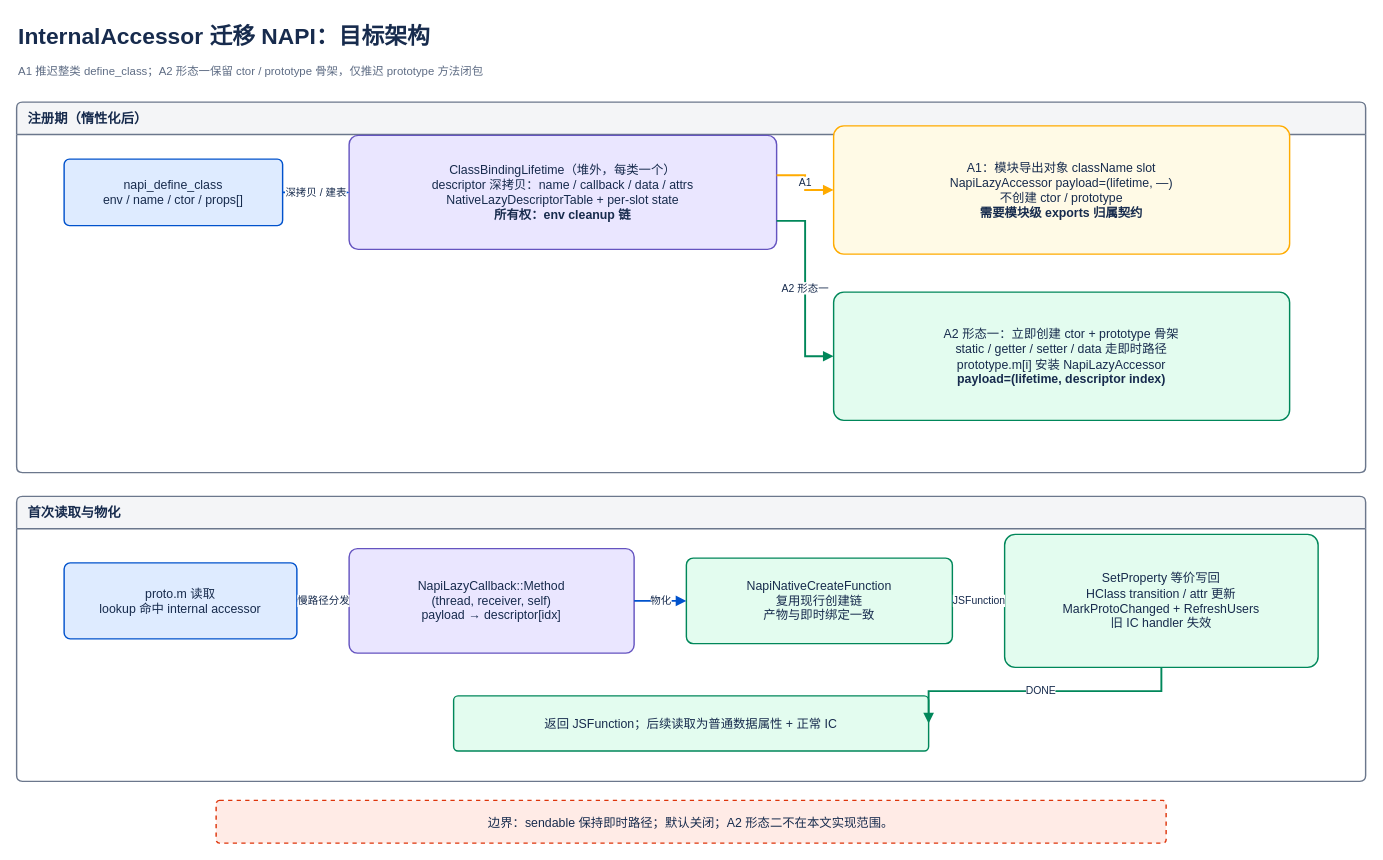
Above: hidden-class-comparison/detailed-proposals/native-interop-lazy-binding/napi-lazy-binding-target-architecture.drawio in xuanjiazhen/invest (draw.io), before the change. Source tidied: cells renumbered, new cells numbered last; positions are measured from the earlier drawing's top-left corner, leaving out a move shared by most shapes. Both pictures are drawn from the tidied source at 95%, with x=0, y=0 at pixel (16, 16).
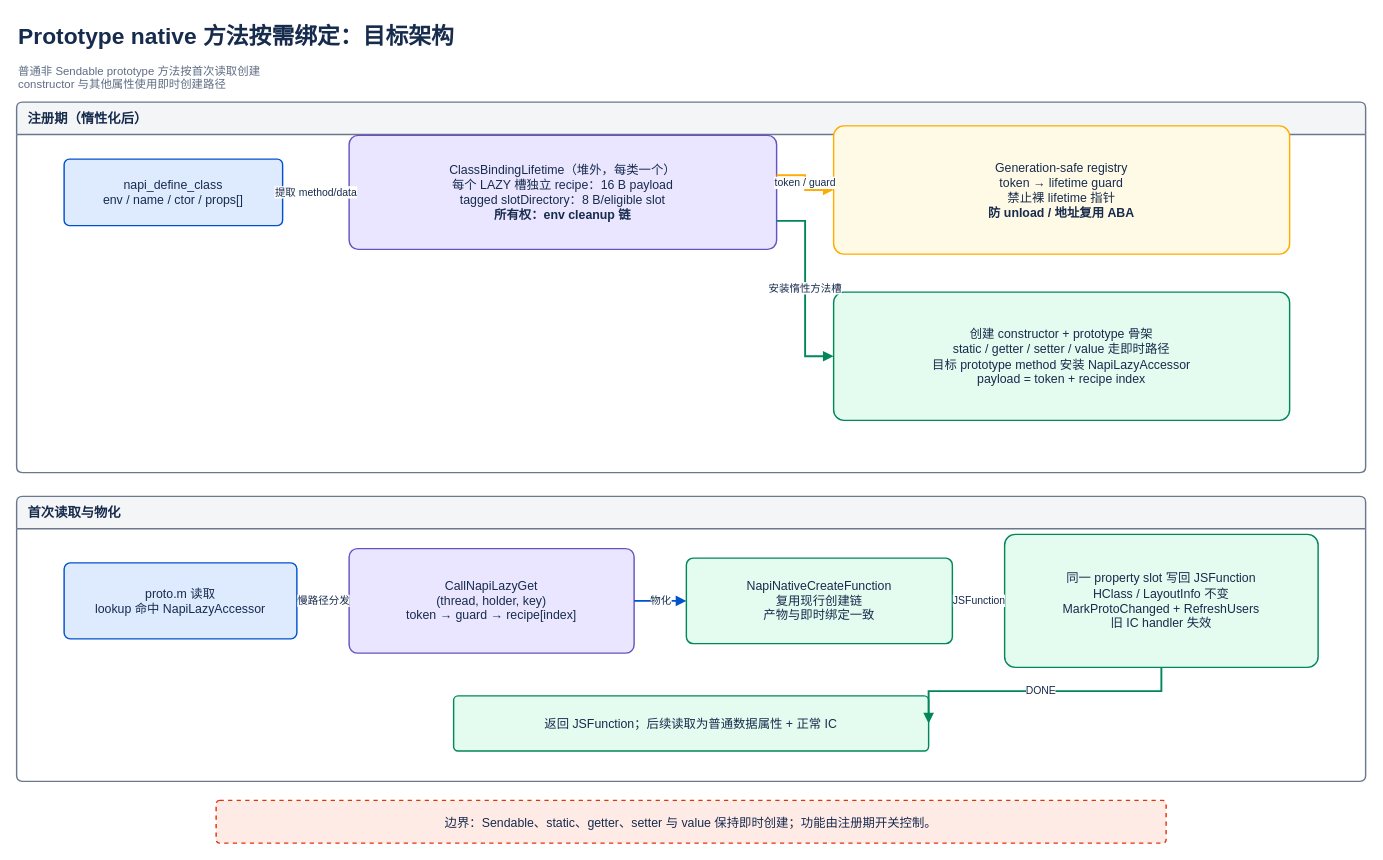
The same diagram, later.

The change refers to these unchanged cells:
```xml
<mxCell id="5" value="napi_define_class&lt;br&gt;env / name / ctor / props[]" style="rounded=1;arcSize=8;whiteSpace=wrap;html=1;align=center;verticalAlign=middle;fontSize=13;spacing=8;fillColor=#DEEBFF;strokeColor=#0052CC;strokeWidth=1.5;fontColor=#172B4D;" parent="1" vertex="1">
  <mxGeometry x="50" y="150" width="230" height="70" as="geometry" />
</mxCell>
```

The edit, as a diff of the source:
```diff
@@
-    <mxCell id="2" value="InternalAccessor 迁移 NAPI：目标架构" style="text;html=1;strokeColor=none;fillColor=none;align=left;verticalAlign=middle;fontSize=24;fontStyle=1;fontColor=#172B4D;whiteSpace=wrap;" parent="1" vertex="1">
+    <mxCell id="2" value="Prototype native 方法按需绑定：目标架构" style="text;html=1;strokeColor=none;fillColor=none;align=left;verticalAlign=middle;fontSize=24;fontStyle=1;fontColor=#172B4D;whiteSpace=wrap;" parent="1" vertex="1">
       <mxGeometry width="1420" height="42" as="geometry" />
     </mxCell>
-    <mxCell id="3" value="A1 推迟整类 define_class；A2 形态一保留 ctor / prototype 骨架，仅推迟 prototype 方法闭包" style="text;html=1;strokeColor=none;fillColor=none;align=left;verticalAlign=top;fontSize=12;fontColor=#5E6C84;whiteSpace=wrap;" parent="1" vertex="1">
+    <mxCell id="3" value="普通非 Sendable prototype 方法按首次读取创建&lt;div&gt;constructor 与其他属性使用即时创建路径&lt;/div&gt;" style="text;html=1;strokeColor=none;fillColor=none;align=left;verticalAlign=top;fontSize=12;fontColor=#5E6C84;whiteSpace=wrap;" parent="1" vertex="1">
       <mxGeometry y="44" width="1420" height="34" as="geometry" />
     </mxCell>
@@
-    <mxCell id="6" value="ClassBindingLifetime（堆外，每类一个）&lt;br&gt;descriptor 深拷贝：name / callback / data / attrs&lt;br&gt;NativeLazyDescriptorTable + per-slot state&lt;br&gt;&lt;b&gt;所有权：env cleanup 链&lt;/b&gt;" style="rounded=1;arcSize=8;whiteSpace=wrap;html=1;align=center;verticalAlign=middle;fontSize=13;spacing=8;fillColor=#EAE6FF;strokeColor=#6554C0;strokeWidth=1.5;fontColor=#172B4D;" parent="1" vertex="1">
+    <mxCell id="6" value="ClassBindingLifetime（堆外，每类一个）&lt;br&gt;每个 LAZY 槽独立 recipe：16 B payload&lt;br&gt;tagged slotDirectory：8 B/eligible slot&lt;br&gt;&lt;b&gt;所有权：env cleanup 链&lt;/b&gt;" style="rounded=1;arcSize=8;whiteSpace=wrap;html=1;align=center;verticalAlign=middle;fontSize=13;spacing=8;fillColor=#EAE6FF;strokeColor=#6554C0;strokeWidth=1.5;fontColor=#172B4D;" parent="1" vertex="1">
       <mxGeometry x="350" y="125" width="450" height="120" as="geometry" />
     </mxCell>
-    <mxCell id="7" value="A1：模块导出对象 className slot&lt;br&gt;NapiLazyAccessor payload=(lifetime, —)&lt;br&gt;不创建 ctor / prototype&lt;br&gt;&lt;b&gt;需要模块级 exports 归属契约&lt;/b&gt;" style="rounded=1;arcSize=8;whiteSpace=wrap;html=1;align=center;verticalAlign=middle;fontSize=13;spacing=8;fillColor=#FFFAE6;strokeColor=#FFAB00;strokeWidth=1.5;fontColor=#172B4D;" parent="1" vertex="1">
+    <mxCell id="7" value="Generation-safe registry&lt;br&gt;token → lifetime guard&lt;br&gt;禁止裸 lifetime 指针&lt;br&gt;&lt;b&gt;防 unload / 地址复用 ABA&lt;/b&gt;" style="rounded=1;arcSize=8;whiteSpace=wrap;html=1;align=center;verticalAlign=middle;fontSize=13;spacing=8;fillColor=#FFFAE6;strokeColor=#FFAB00;strokeWidth=1.5;fontColor=#172B4D;" parent="1" vertex="1">
       <mxGeometry x="860" y="115" width="480" height="135" as="geometry" />
     </mxCell>
-    <mxCell id="8" value="A2 形态一：立即创建 ctor + prototype 骨架&lt;br&gt;static / getter / setter / data 走即时路径&lt;br&gt;prototype.m[i] 安装 NapiLazyAccessor&lt;br&gt;&lt;b&gt;payload=(lifetime, descriptor index)&lt;/b&gt;" style="rounded=1;arcSize=8;whiteSpace=wrap;html=1;align=center;verticalAlign=middle;fontSize=13;spacing=8;fillColor=#E3FCEF;strokeColor=#00875A;strokeWidth=1.5;fontColor=#172B4D;" parent="1" vertex="1">
+    <mxCell id="8" value="创建 constructor + prototype 骨架&lt;div&gt;static / getter / setter / value 走即时路径&lt;/div&gt;&lt;div&gt;目标 prototype method 安装 NapiLazyAccessor&lt;/div&gt;&lt;div&gt;payload = token + recipe index&lt;/div&gt;" style="rounded=1;arcSize=8;whiteSpace=wrap;html=1;align=center;verticalAlign=middle;fontSize=13;spacing=8;fillColor=#E3FCEF;strokeColor=#00875A;strokeWidth=1.5;fontColor=#172B4D;" parent="1" vertex="1">
       <mxGeometry x="860" y="290" width="480" height="135" as="geometry" />
     </mxCell>
-    <mxCell id="9" value="深拷贝 / 建表" style="edgeStyle=orthogonalEdgeStyle;rounded=0;jettySize=auto;html=1;strokeColor=#0052CC;strokeWidth=2;endArrow=block;endFill=1;fontSize=11;fontColor=#172B4D;labelBackgroundColor=#FFFFFF;exitX=1;exitY=0.5;entryX=0;entryY=0.5;" parent="1" edge="1" source="5" target="6">
+    <mxCell id="9" value="提取 method/data" style="edgeStyle=orthogonalEdgeStyle;rounded=0;jettySize=auto;html=1;strokeColor=#0052CC;strokeWidth=2;endArrow=block;endFill=1;fontSize=11;fontColor=#172B4D;labelBackgroundColor=#FFFFFF;exitX=1;exitY=0.5;entryX=0;entryY=0.5;" parent="1" edge="1" source="5" target="6">
       <mxGeometry relative="1" as="geometry" />
     </mxCell>
-    <mxCell id="10" value="A1" style="edgeStyle=orthogonalEdgeStyle;rounded=0;jettySize=auto;html=1;strokeColor=#FFAB00;strokeWidth=2;endArrow=block;endFill=1;fontSize=11;fontColor=#172B4D;labelBackgroundColor=#FFFFFF;exitX=1;exitY=0.35;entryX=0;entryY=0.5;" parent="1" edge="1" source="6" target="7">
+    <mxCell id="10" value="token / guard" style="edgeStyle=orthogonalEdgeStyle;rounded=0;jettySize=auto;html=1;strokeColor=#FFAB00;strokeWidth=2;endArrow=block;endFill=1;fontSize=11;fontColor=#172B4D;labelBackgroundColor=#FFFFFF;exitX=1;exitY=0.35;entryX=0;entryY=0.5;" parent="1" edge="1" source="6" target="7">
       <mxGeometry relative="1" as="geometry" />
     </mxCell>
-    <mxCell id="11" value="A2 形态一" style="edgeStyle=orthogonalEdgeStyle;rounded=0;jettySize=auto;html=1;strokeColor=#00875A;strokeWidth=2;endArrow=block;endFill=1;fontSize=11;fontColor=#172B4D;labelBackgroundColor=#FFFFFF;exitX=1;exitY=0.75;entryX=0;entryY=0.5;" parent="1" edge="1" source="6" target="8">
+    <mxCell id="11" value="安装惰性方法槽" style="edgeStyle=orthogonalEdgeStyle;rounded=0;jettySize=auto;html=1;strokeColor=#00875A;strokeWidth=2;endArrow=block;endFill=1;fontSize=11;fontColor=#172B4D;labelBackgroundColor=#FFFFFF;exitX=1;exitY=0.75;entryX=0;entryY=0.5;" parent="1" edge="1" source="6" target="8">
       <mxGeometry relative="1" as="geometry" />
     </mxCell>
@@
-    <mxCell id="13" value="proto.m 读取&lt;br&gt;lookup 命中 internal accessor" style="rounded=1;arcSize=8;whiteSpace=wrap;html=1;align=center;verticalAlign=middle;fontSize=13;spacing=8;fillColor=#DEEBFF;strokeColor=#0052CC;strokeWidth=1.5;fontColor=#172B4D;" parent="1" vertex="1">
+    <mxCell id="13" value="proto.m 读取&lt;div&gt;lookup 命中 NapiLazyAccessor&lt;/div&gt;" style="rounded=1;arcSize=8;whiteSpace=wrap;html=1;align=center;verticalAlign=middle;fontSize=13;spacing=8;fillColor=#DEEBFF;strokeColor=#0052CC;strokeWidth=1.5;fontColor=#172B4D;" parent="1" vertex="1">
       <mxGeometry x="50" y="575" width="245" height="80" as="geometry" />
     </mxCell>
-    <mxCell id="14" value="NapiLazyCallback::Method&lt;br&gt;(thread, receiver, self)&lt;br&gt;payload → descriptor[idx]" style="rounded=1;arcSize=8;whiteSpace=wrap;html=1;align=center;verticalAlign=middle;fontSize=13;spacing=8;fillColor=#EAE6FF;strokeColor=#6554C0;strokeWidth=1.5;fontColor=#172B4D;" parent="1" vertex="1">
+    <mxCell id="14" value="CallNapiLazyGet&lt;br&gt;(thread, holder, key)&lt;br&gt;token → guard → recipe[index]" style="rounded=1;arcSize=8;whiteSpace=wrap;html=1;align=center;verticalAlign=middle;fontSize=13;spacing=8;fillColor=#EAE6FF;strokeColor=#6554C0;strokeWidth=1.5;fontColor=#172B4D;" parent="1" vertex="1">
       <mxGeometry x="350" y="560" width="300" height="110" as="geometry" />
     </mxCell>
@@
-    <mxCell id="16" value="SetProperty 等价写回&lt;br&gt;HClass transition / attr 更新&lt;br&gt;MarkProtoChanged + RefreshUsers&lt;br&gt;旧 IC handler 失效" style="rounded=1;arcSize=8;whiteSpace=wrap;html=1;align=center;verticalAlign=middle;fontSize=13;spacing=8;fillColor=#E3FCEF;strokeColor=#00875A;strokeWidth=1.5;fontColor=#172B4D;" parent="1" vertex="1">
+    <mxCell id="16" value="同一 property slot 写回 JSFunction&lt;br&gt;HClass / LayoutInfo 不变&lt;br&gt;MarkProtoChanged + RefreshUsers&lt;br&gt;旧 IC handler 失效" style="rounded=1;arcSize=8;whiteSpace=wrap;html=1;align=center;verticalAlign=middle;fontSize=13;spacing=8;fillColor=#E3FCEF;strokeColor=#00875A;strokeWidth=1.5;fontColor=#172B4D;" parent="1" vertex="1">
       <mxGeometry x="1040" y="545" width="330" height="140" as="geometry" />
     </mxCell>
@@
-    <mxCell id="22" value="边界：sendable 保持即时路径；默认关闭；A2 形态二不在本文实现范围。" style="rounded=1;arcSize=8;whiteSpace=wrap;html=1;align=center;verticalAlign=middle;fontSize=13;spacing=8;fillColor=#FFEBE6;strokeColor=#DE350B;strokeWidth=1.5;fontColor=#172B4D;dashed=1;" parent="1" vertex="1">
+    <mxCell id="22" value="边界：Sendable、static、getter、setter 与 value 保持即时创建；功能由注册期开关控制。" style="rounded=1;arcSize=8;whiteSpace=wrap;html=1;align=center;verticalAlign=middle;fontSize=13;spacing=8;fillColor=#FFEBE6;strokeColor=#DE350B;strokeWidth=1.5;fontColor=#172B4D;dashed=1;" parent="1" vertex="1">
       <mxGeometry x="210" y="825" width="1000" height="45" as="geometry" />
     </mxCell>
```
